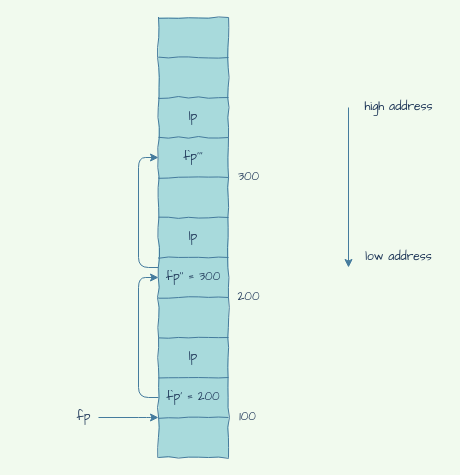
Above: stack_frame.drawio in silan-liu/drawio (draw.io), before the change. Source tidied: cells renumbered, new cells numbered last; positions are measured from the earlier drawing's top-left corner, leaving out a move shared by most shapes. Both pictures are drawn from the tidied source at 100%, with x=0, y=0 at pixel (68, 17).
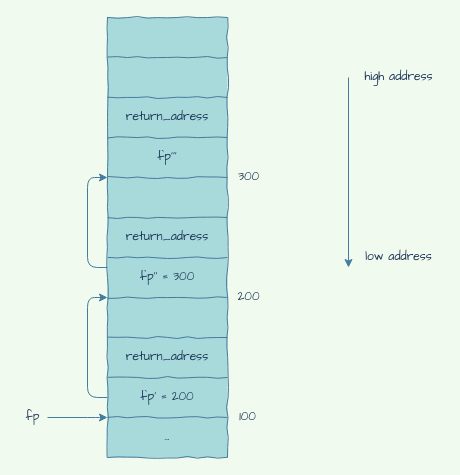
The same diagram, later.

Change to the diagram source:
```diff
@@
     <mxCell id="2" style="shape=table;startSize=0;childLayout=tableLayout;rounded=0;sketch=0;fontColor=#1D3557;strokeColor=#457B9D;fillColor=#A8DADC;comic=1;fontFamily=Comic Sans MS;" parent="1" vertex="1">
-      <mxGeometry x="90" width="70" height="440" as="geometry" />
+      <mxGeometry x="39" width="120" height="440" as="geometry" />
     </mxCell>
     <mxCell id="3" style="shape=partialRectangle;fillColor=none;top=0;left=0;bottom=0;right=0;rounded=0;sketch=0;fontColor=#1D3557;strokeColor=#457B9D;fontFamily=Comic Sans MS;" parent="2" vertex="1">
-      <mxGeometry width="70" height="40" as="geometry" />
+      <mxGeometry width="120" height="40" as="geometry" />
     </mxCell>
     <mxCell id="4" style="shape=partialRectangle;html=1;whiteSpace=wrap;overflow=hidden;fillColor=none;top=0;left=0;bottom=0;right=0;rounded=0;sketch=0;fontColor=#1D3557;strokeColor=#457B9D;fontFamily=Comic Sans MS;" parent="3" vertex="1">
-      <mxGeometry width="70" height="40" as="geometry" />
+      <mxGeometry width="120" height="40" as="geometry" />
     </mxCell>
     <mxCell id="5" style="shape=partialRectangle;fillColor=none;top=0;left=0;bottom=0;right=0;rounded=0;sketch=0;fontColor=#1D3557;strokeColor=#457B9D;fontFamily=Comic Sans MS;" parent="2" vertex="1">
-      <mxGeometry y="40" width="70" height="40" as="geometry" />
+      <mxGeometry y="40" width="120" height="40" as="geometry" />
     </mxCell>
     <mxCell id="6" style="shape=partialRectangle;html=1;whiteSpace=wrap;overflow=hidden;fillColor=none;top=0;left=0;bottom=0;right=0;rounded=0;sketch=0;fontColor=#1D3557;strokeColor=#457B9D;fontFamily=Comic Sans MS;" parent="5" vertex="1">
-      <mxGeometry width="70" height="40" as="geometry" />
+      <mxGeometry width="120" height="40" as="geometry" />
     </mxCell>
     <mxCell id="7" style="shape=partialRectangle;fillColor=none;top=0;left=0;bottom=0;right=0;rounded=0;sketch=0;fontColor=#1D3557;strokeColor=#457B9D;fontFamily=Comic Sans MS;" parent="2" vertex="1">
-      <mxGeometry y="80" width="70" height="40" as="geometry" />
+      <mxGeometry y="80" width="120" height="40" as="geometry" />
     </mxCell>
-    <mxCell id="8" value="lp" style="shape=partialRectangle;html=1;whiteSpace=wrap;overflow=hidden;fillColor=none;top=0;left=0;bottom=0;right=0;rounded=0;sketch=0;fontColor=#1D3557;strokeColor=#457B9D;fontFamily=Comic Sans MS;" parent="7" vertex="1">
-      <mxGeometry width="70" height="40" as="geometry" />
+    <mxCell id="8" value="return_adress" style="shape=partialRectangle;html=1;whiteSpace=wrap;overflow=hidden;fillColor=none;top=0;left=0;bottom=0;right=0;rounded=0;sketch=0;fontColor=#1D3557;strokeColor=#457B9D;fontFamily=Comic Sans MS;" parent="7" vertex="1">
+      <mxGeometry width="120" height="40" as="geometry" />
     </mxCell>
     <mxCell id="9" style="shape=partialRectangle;fillColor=none;top=0;left=0;bottom=0;right=0;points=[[0,0.5],[1,0.5]];portConstraint=eastwest;rounded=0;sketch=0;fontColor=#1D3557;strokeColor=#457B9D;fontFamily=Comic Sans MS;" parent="2" vertex="1">
-      <mxGeometry y="120" width="70" height="40" as="geometry" />
+      <mxGeometry y="120" width="120" height="40" as="geometry" />
     </mxCell>
     <mxCell id="10" value="fp'''" style="shape=partialRectangle;html=1;whiteSpace=wrap;overflow=hidden;fillColor=none;top=0;left=0;bottom=0;right=0;rounded=0;sketch=0;fontColor=#1D3557;strokeColor=#457B9D;fontFamily=Comic Sans MS;" parent="9" vertex="1">
-      <mxGeometry width="70" height="40" as="geometry" />
+      <mxGeometry width="120" height="40" as="geometry" />
     </mxCell>
     <mxCell id="11" style="shape=partialRectangle;fillColor=none;top=0;left=0;bottom=0;right=0;points=[[0,0.5],[1,0.5]];portConstraint=eastwest;rounded=0;sketch=0;fontColor=#1D3557;strokeColor=#457B9D;fontFamily=Comic Sans MS;" parent="2" vertex="1">
-      <mxGeometry y="160" width="70" height="40" as="geometry" />
+      <mxGeometry y="160" width="120" height="40" as="geometry" />
     </mxCell>
     <mxCell id="12" style="shape=partialRectangle;html=1;whiteSpace=wrap;overflow=hidden;fillColor=none;top=0;left=0;bottom=0;right=0;rounded=0;sketch=0;fontColor=#1D3557;strokeColor=#457B9D;fontFamily=Comic Sans MS;" parent="11" vertex="1">
-      <mxGeometry width="70" height="40" as="geometry" />
+      <mxGeometry width="120" height="40" as="geometry" />
     </mxCell>
     <mxCell id="13" style="shape=partialRectangle;fillColor=none;top=0;left=0;bottom=0;right=0;rounded=0;sketch=0;fontColor=#1D3557;strokeColor=#457B9D;fontFamily=Comic Sans MS;" parent="2" vertex="1">
-      <mxGeometry y="200" width="70" height="40" as="geometry" />
+      <mxGeometry y="200" width="120" height="40" as="geometry" />
     </mxCell>
-    <mxCell id="14" value="lp" style="shape=partialRectangle;html=1;whiteSpace=wrap;overflow=hidden;fillColor=none;top=0;left=0;bottom=0;right=0;rounded=0;sketch=0;fontColor=#1D3557;strokeColor=#457B9D;fontFamily=Comic Sans MS;" parent="13" vertex="1">
-      <mxGeometry width="70" height="40" as="geometry" />
+    <mxCell id="14" value="return_adress" style="shape=partialRectangle;html=1;whiteSpace=wrap;overflow=hidden;fillColor=none;top=0;left=0;bottom=0;right=0;rounded=0;sketch=0;fontColor=#1D3557;strokeColor=#457B9D;fontFamily=Comic Sans MS;" parent="13" vertex="1">
+      <mxGeometry width="120" height="40" as="geometry" />
     </mxCell>
-    <mxCell id="15" style="edgeStyle=orthogonalEdgeStyle;curved=0;rounded=1;sketch=0;jettySize=auto;html=1;entryX=0;entryY=0.5;entryDx=0;entryDy=0;fontFamily=Comic Sans MS;fontColor=#1D3557;strokeColor=#457B9D;fillColor=#A8DADC;" parent="2" edge="1" source="16" target="9">
+    <mxCell id="15" style="edgeStyle=orthogonalEdgeStyle;curved=0;rounded=1;sketch=0;jettySize=auto;html=1;fontFamily=Comic Sans MS;fontColor=#1D3557;strokeColor=#457B9D;fillColor=#A8DADC;" parent="2" edge="1" source="16" target="11">
       <mxGeometry relative="1" as="geometry">
         <Array as="points">
           <mxPoint x="-20" y="250" />
-          <mxPoint x="-20" y="140" />
+          <mxPoint x="-20" y="160" />
         </Array>
       </mxGeometry>
     </mxCell>
     <mxCell id="16" style="shape=partialRectangle;fillColor=none;top=0;left=0;bottom=0;right=0;points=[[0,0.5],[1,0.5]];portConstraint=eastwest;rounded=0;sketch=0;fontColor=#1D3557;strokeColor=#457B9D;fontFamily=Comic Sans MS;" parent="2" vertex="1">
-      <mxGeometry y="240" width="70" height="40" as="geometry" />
+      <mxGeometry y="240" width="120" height="40" as="geometry" />
     </mxCell>
     <mxCell id="17" value="fp'' = 300" style="shape=partialRectangle;html=1;whiteSpace=wrap;overflow=hidden;fillColor=none;top=0;left=0;bottom=0;right=0;rounded=0;sketch=0;fontColor=#1D3557;strokeColor=#457B9D;fontFamily=Comic Sans MS;" parent="16" vertex="1">
-      <mxGeometry width="70" height="40" as="geometry" />
+      <mxGeometry width="120" height="40" as="geometry" />
     </mxCell>
     <mxCell id="18" style="shape=partialRectangle;fillColor=none;top=0;left=0;bottom=0;right=0;points=[[0,0.5],[1,0.5]];portConstraint=eastwest;rounded=0;sketch=0;fontColor=#1D3557;strokeColor=#457B9D;fontFamily=Comic Sans MS;" parent="2" vertex="1">
-      <mxGeometry y="280" width="70" height="40" as="geometry" />
+      <mxGeometry y="280" width="120" height="40" as="geometry" />
     </mxCell>
     <mxCell id="19" style="shape=partialRectangle;html=1;whiteSpace=wrap;overflow=hidden;fillColor=none;top=0;left=0;bottom=0;right=0;rounded=0;sketch=0;fontColor=#1D3557;strokeColor=#457B9D;fontFamily=Comic Sans MS;" parent="18" vertex="1">
-      <mxGeometry width="70" height="40" as="geometry" />
+      <mxGeometry width="120" height="40" as="geometry" />
     </mxCell>
     <mxCell id="20" style="shape=partialRectangle;fillColor=none;top=0;left=0;bottom=0;right=0;rounded=0;sketch=0;fontColor=#1D3557;strokeColor=#457B9D;fontFamily=Comic Sans MS;" parent="2" vertex="1">
-      <mxGeometry y="320" width="70" height="40" as="geometry" />
+      <mxGeometry y="320" width="120" height="40" as="geometry" />
     </mxCell>
-    <mxCell id="21" value="lp" style="shape=partialRectangle;html=1;whiteSpace=wrap;overflow=hidden;fillColor=none;top=0;left=0;bottom=0;right=0;rounded=0;sketch=0;fontColor=#1D3557;strokeColor=#457B9D;fontFamily=Comic Sans MS;" parent="20" vertex="1">
-      <mxGeometry width="70" height="40" as="geometry" />
+    <mxCell id="21" value="return_adress" style="shape=partialRectangle;html=1;whiteSpace=wrap;overflow=hidden;fillColor=none;top=0;left=0;bottom=0;right=0;rounded=0;sketch=0;fontColor=#1D3557;strokeColor=#457B9D;fontFamily=Comic Sans MS;" parent="20" vertex="1">
+      <mxGeometry width="120" height="40" as="geometry" />
     </mxCell>
-    <mxCell id="22" style="edgeStyle=orthogonalEdgeStyle;curved=0;rounded=1;sketch=0;jettySize=auto;html=1;entryX=0;entryY=0.5;entryDx=0;entryDy=0;fontFamily=Comic Sans MS;fontColor=#1D3557;strokeColor=#457B9D;fillColor=#A8DADC;" parent="2" edge="1" source="23" target="16">
-      <mxGeometry relative="1" as="geometry" />
+    <mxCell id="22" style="edgeStyle=orthogonalEdgeStyle;curved=0;rounded=1;sketch=0;jettySize=auto;html=1;fontFamily=Comic Sans MS;fontColor=#1D3557;strokeColor=#457B9D;fillColor=#A8DADC;" parent="2" edge="1" source="23" target="18">
+      <mxGeometry relative="1" as="geometry">
+        <Array as="points">
+          <mxPoint x="-20" y="380" />
+          <mxPoint x="-20" y="280" />
+        </Array>
+      </mxGeometry>
     </mxCell>
     <mxCell id="23" style="shape=partialRectangle;fillColor=none;top=0;left=0;bottom=0;right=0;points=[[0,0.5],[1,0.5]];portConstraint=eastwest;rounded=0;sketch=0;fontColor=#1D3557;strokeColor=#457B9D;fontFamily=Comic Sans MS;" parent="2" vertex="1">
-      <mxGeometry y="360" width="70" height="40" as="geometry" />
+      <mxGeometry y="360" width="120" height="40" as="geometry" />
     </mxCell>
     <mxCell id="24" value="fp' = 200" style="shape=partialRectangle;html=1;whiteSpace=wrap;overflow=hidden;fillColor=none;top=0;left=0;bottom=0;right=0;rounded=0;sketch=0;fontColor=#1D3557;strokeColor=#457B9D;fontFamily=Comic Sans MS;" parent="23" vertex="1">
-      <mxGeometry width="70" height="40" as="geometry" />
+      <mxGeometry width="120" height="40" as="geometry" />
     </mxCell>
     <mxCell id="25" style="shape=partialRectangle;fillColor=none;top=0;left=0;bottom=0;right=0;points=[[0,0.5],[1,0.5]];portConstraint=eastwest;rounded=0;sketch=0;fontColor=#1D3557;strokeColor=#457B9D;fontFamily=Comic Sans MS;" parent="2" vertex="1">
-      <mxGeometry y="400" width="70" height="40" as="geometry" />
+      <mxGeometry y="400" width="120" height="40" as="geometry" />
     </mxCell>
-    <mxCell id="26" style="shape=partialRectangle;html=1;whiteSpace=wrap;overflow=hidden;fillColor=none;top=0;left=0;bottom=0;right=0;rounded=0;sketch=0;fontColor=#1D3557;strokeColor=#457B9D;fontFamily=Comic Sans MS;" parent="25" vertex="1">
-      <mxGeometry width="70" height="40" as="geometry" />
+    <mxCell id="26" value="..." style="shape=partialRectangle;html=1;whiteSpace=wrap;overflow=hidden;fillColor=none;top=0;left=0;bottom=0;right=0;rounded=0;sketch=0;fontColor=#1D3557;strokeColor=#457B9D;fontFamily=Comic Sans MS;" parent="25" vertex="1">
+      <mxGeometry width="120" height="40" as="geometry" />
     </mxCell>
     <mxCell id="27" style="edgeStyle=orthogonalEdgeStyle;curved=0;rounded=1;sketch=0;jettySize=auto;html=1;fontColor=#1D3557;strokeColor=#457B9D;fillColor=#A8DADC;fontFamily=Comic Sans MS;" parent="1" edge="1" source="28" target="25">
       <mxGeometry relative="1" as="geometry">
         <Array as="points">
-          <mxPoint x="80" y="400" />
-          <mxPoint x="80" y="400" />
+          <mxPoint x="29" y="400" />
+          <mxPoint x="29" y="400" />
         </Array>
       </mxGeometry>
     </mxCell>
     <mxCell id="28" value="fp" style="text;html=1;align=center;verticalAlign=middle;points=[];strokeColor=none;fillColor=none;fontColor=#1D3557;fontFamily=Comic Sans MS;" parent="1" vertex="1">
-      <mxGeometry y="390" width="30" height="20" as="geometry" />
+      <mxGeometry x="-51" y="390" width="30" height="20" as="geometry" />
     </mxCell>
     <mxCell id="29" style="endArrow=classic;html=1;rounded=1;sketch=0;fontColor=#1D3557;strokeColor=#457B9D;fillColor=#A8DADC;curved=0;fontFamily=Comic Sans MS;" parent="1" edge="1">
       <mxGeometry relative="1" as="geometry">
-        <mxPoint x="280" y="90" as="sourcePoint" />
+        <mxPoint x="280" y="60" as="sourcePoint" />
         <mxPoint x="280" y="250" as="targetPoint" />
       </mxGeometry>
     </mxCell>
     <mxCell id="30" value="high address" style="text;html=1;align=center;verticalAlign=middle;strokeColor=none;fillColor=none;fontColor=#1D3557;fontFamily=Comic Sans MS;" parent="1" vertex="1">
-      <mxGeometry x="285" y="80" width="90" height="20" as="geometry" />
+      <mxGeometry x="285" y="50" width="90" height="20" as="geometry" />
     </mxCell>
```
